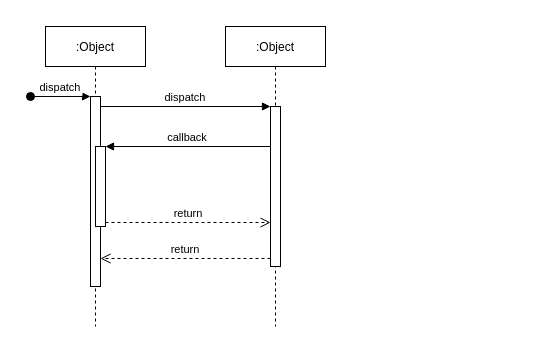
Above: page "Page-1" (1 of 2) of seq.drawio in deburca98/nuig (draw.io), before the change. Source tidied: cells renumbered, new cells numbered last; positions are measured from the earlier drawing's top-left corner, leaving out a move shared by most shapes. Both pictures are drawn from the tidied source at 100%, with x=0, y=0 at pixel (30, 26).
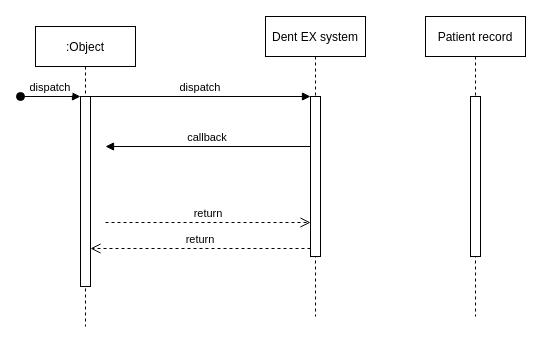
The same page after the edit.

Diff of the diagram source:
```diff
@@
 <mxGraphModel>
   <root>
     <mxCell id="0" />
     <mxCell id="1" parent="0" />
     <mxCell id="2" value=":Object" style="shape=umlLifeline;perimeter=lifelinePerimeter;rounded=0;shadow=0;strokeWidth=1;" parent="1" vertex="1">
-      <mxGeometry x="15" width="100" height="300" as="geometry" />
+      <mxGeometry x="5" width="100" height="300" as="geometry" />
     </mxCell>
     <mxCell id="3" style="points=[];perimeter=orthogonalPerimeter;rounded=0;shadow=0;strokeWidth=1;" parent="2" vertex="1">
       <mxGeometry x="45" y="70" width="10" height="190" as="geometry" />
     </mxCell>
     <mxCell id="4" value="dispatch" style="verticalAlign=bottom;startArrow=oval;endArrow=block;startSize=8;shadow=0;strokeWidth=1;" parent="2" edge="1" target="3">
       <mxGeometry relative="1" as="geometry">
         <mxPoint x="-15" y="70" as="sourcePoint" />
       </mxGeometry>
     </mxCell>
-    <mxCell id="5" style="points=[];perimeter=orthogonalPerimeter;rounded=0;shadow=0;strokeWidth=1;" parent="2" vertex="1">
-      <mxGeometry x="50" y="120" width="10" height="80" as="geometry" />
-    </mxCell>
-    <mxCell id="6" value=":Object" style="shape=umlLifeline;perimeter=lifelinePerimeter;rounded=0;shadow=0;strokeWidth=1;" parent="1" vertex="1">
-      <mxGeometry x="195" width="100" height="300" as="geometry" />
+    <mxCell id="6" value="Dent EX system" style="shape=umlLifeline;perimeter=lifelinePerimeter;rounded=0;shadow=0;strokeWidth=1;" parent="1" vertex="1">
+      <mxGeometry x="235" y="-10" width="100" height="300" as="geometry" />
     </mxCell>
     <mxCell id="7" style="points=[];perimeter=orthogonalPerimeter;rounded=0;shadow=0;strokeWidth=1;" parent="6" vertex="1">
       <mxGeometry x="45" y="80" width="10" height="160" as="geometry" />
     </mxCell>
     <mxCell id="8" value="return" style="verticalAlign=bottom;endArrow=open;dashed=1;endSize=8;exitX=0;exitY=0.95;shadow=0;strokeWidth=1;" parent="1" edge="1" source="7" target="3">
       <mxGeometry relative="1" as="geometry" />
     </mxCell>
     <mxCell id="9" value="dispatch" style="verticalAlign=bottom;endArrow=block;entryX=0;entryY=0;shadow=0;strokeWidth=1;" parent="1" edge="1" source="3" target="7">
       <mxGeometry relative="1" as="geometry" />
     </mxCell>
-    <mxCell id="10" value="callback" style="verticalAlign=bottom;endArrow=block;entryX=1;entryY=0;shadow=0;strokeWidth=1;" parent="1" edge="1" source="7" target="5">
-      <mxGeometry relative="1" as="geometry" />
+    <mxCell id="10" value="callback" style="verticalAlign=bottom;endArrow=block;entryX=1;entryY=0;shadow=0;strokeWidth=1;" parent="1" edge="1" source="7">
+      <mxGeometry relative="1" as="geometry">
+        <mxPoint x="75" y="120" as="targetPoint" />
+      </mxGeometry>
     </mxCell>
-    <mxCell id="11" value="return" style="verticalAlign=bottom;endArrow=open;dashed=1;endSize=8;exitX=1;exitY=0.95;shadow=0;strokeWidth=1;" parent="1" edge="1" source="5" target="7">
-      <mxGeometry relative="1" as="geometry" />
+    <mxCell id="11" value="return" style="verticalAlign=bottom;endArrow=open;dashed=1;endSize=8;exitX=1;exitY=0.95;shadow=0;strokeWidth=1;" parent="1" edge="1" target="7">
+      <mxGeometry relative="1" as="geometry">
+        <mxPoint x="75" y="196" as="sourcePoint" />
+      </mxGeometry>
     </mxCell>
+    <mxCell id="12" value="Patient record" style="shape=umlLifeline;perimeter=lifelinePerimeter;rounded=0;shadow=0;strokeWidth=1;" parent="1" vertex="1">
+      <mxGeometry x="395" y="-10" width="100" height="300" as="geometry" />
+    </mxCell>
+    <mxCell id="13" style="perimeter=orthogonalPerimeter;rounded=0;shadow=0;strokeWidth=1;" parent="12" vertex="1">
+      <mxGeometry x="45" y="80" width="10" height="160" as="geometry" />
+    </mxCell>
   </root>
 </mxGraphModel>
```
